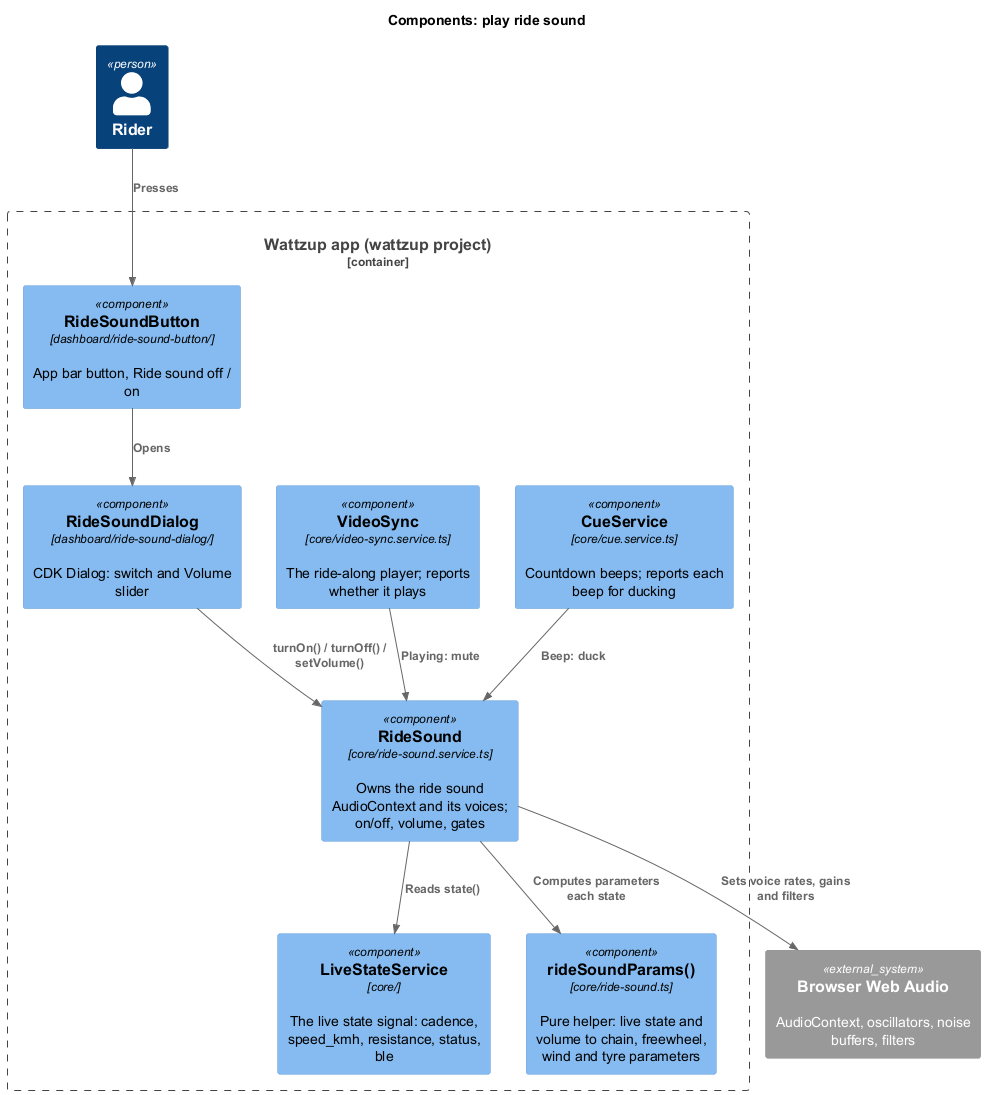
The PlantUML diagram docs/detailed-designs/workouts/play-ride-sound/diagrams/c4-component.png in QuinntyneBrown/wattzup, before a commit.
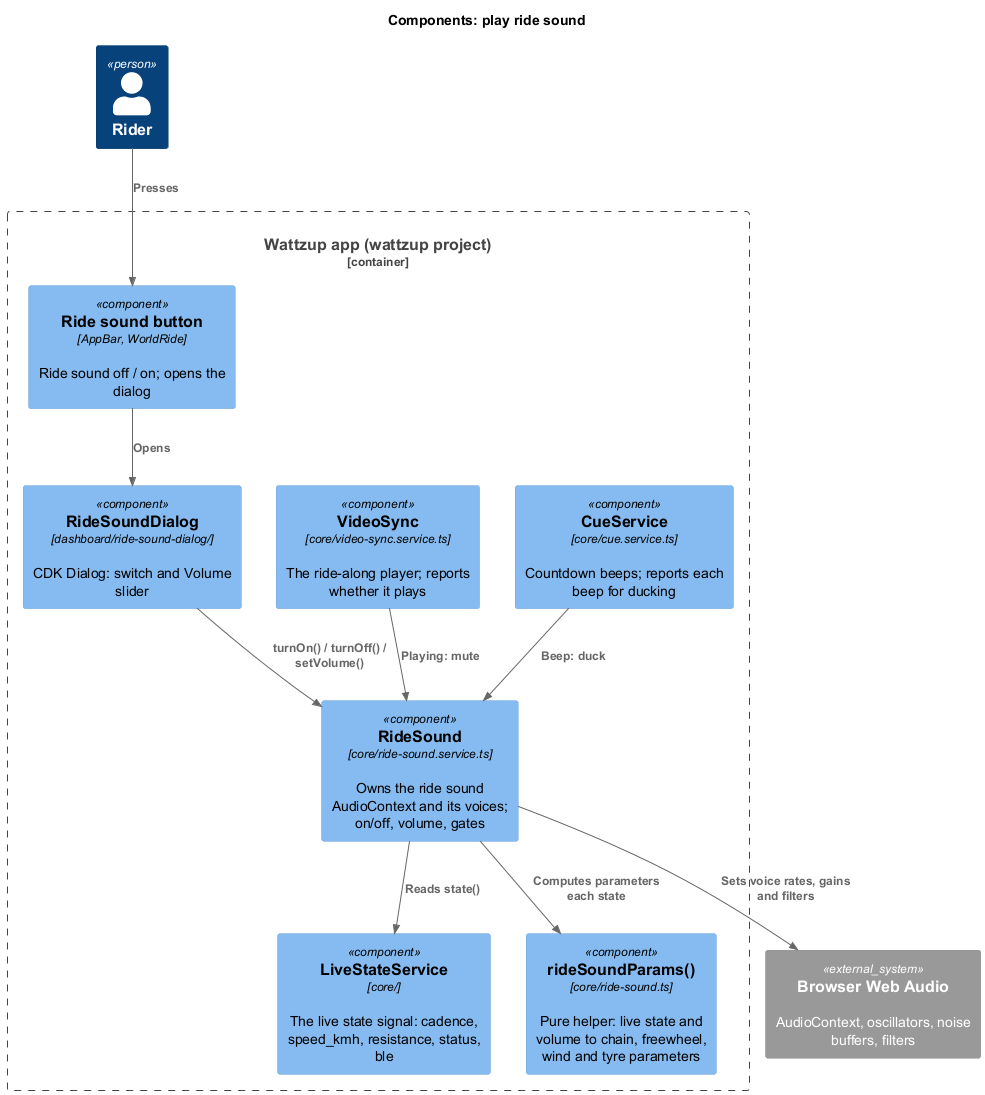
After the commit.

The edit, as a diff of the source:
```diff
@@ -9,7 +9,7 @@
   Component(service, "RideSound", "core/ride-sound.service.ts", "Owns the ride sound AudioContext and its voices; on/off, volume, gates")
   Component(cue, "CueService", "core/cue.service.ts", "Countdown beeps; reports each beep for ducking")
   Component(video, "VideoSync", "core/video-sync.service.ts", "The ride-along player; reports whether it plays")
-  Component(button, "RideSoundButton", "dashboard/ride-sound-button/", "App bar button, Ride sound off / on")
+  Component(button, "Ride sound button", "AppBar, WorldRide", "Ride sound off / on; opens the dialog")
   Component(dialog, "RideSoundDialog", "dashboard/ride-sound-dialog/", "CDK Dialog: switch and Volume slider")
 }
 Rel(rider, button, "Presses")
```
